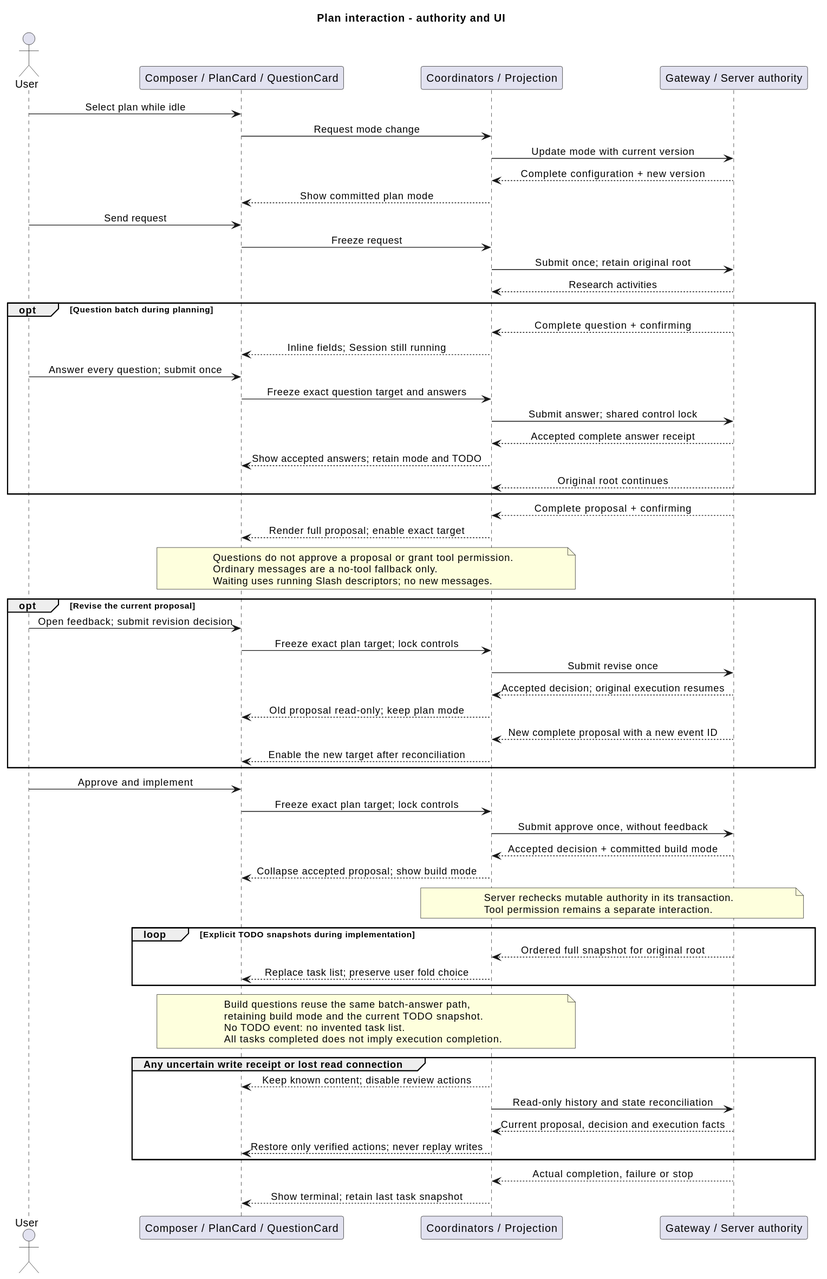
This is 01-总体架构/04-CampusClaw前端体验/target_plan_interaction.svg from ssm0808/pi-mono-java-design, a PlantUML export, as it was before one commit.
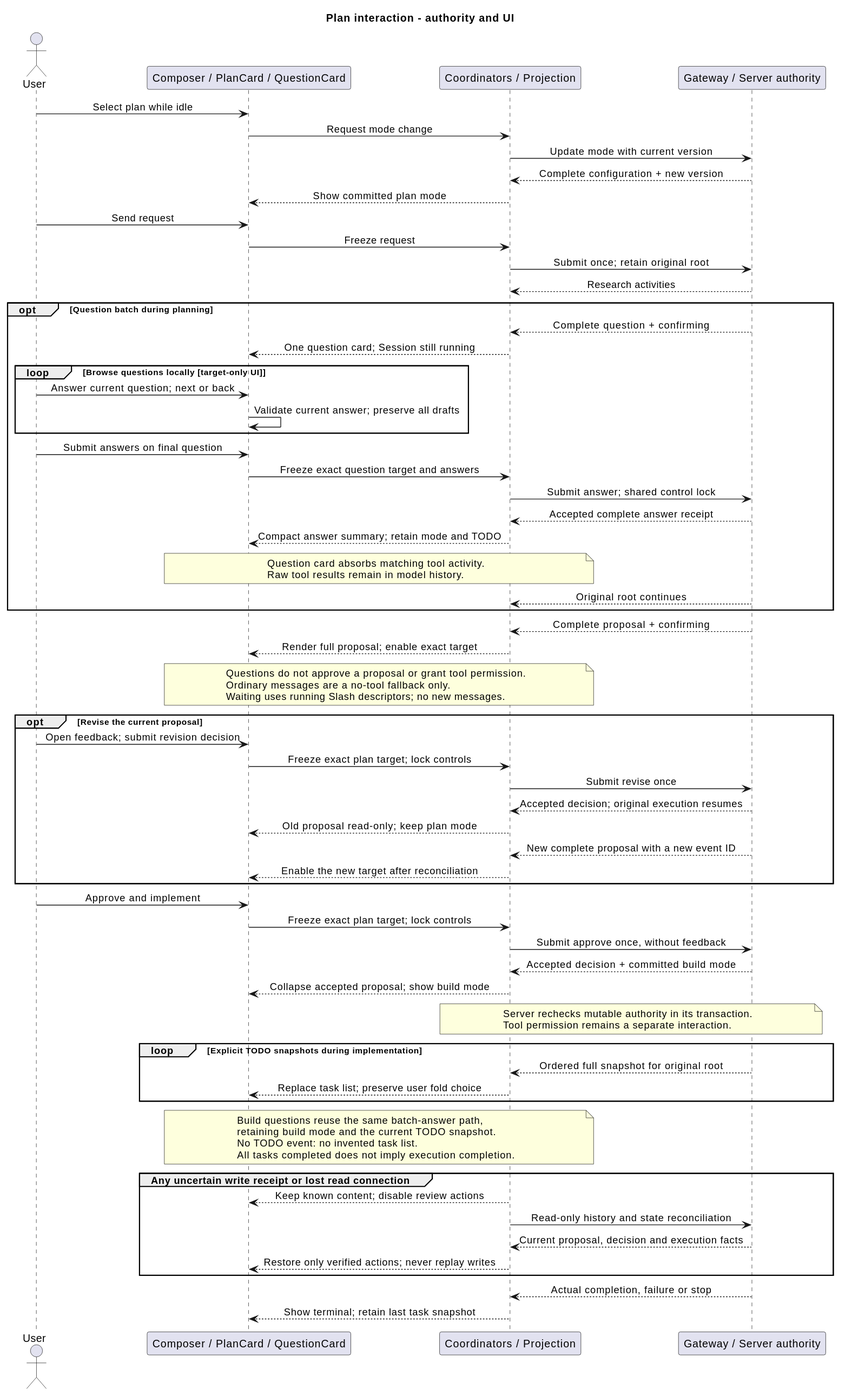
After the commit.

Change to the diagram source:
```diff
@@ -19,12 +19,20 @@
 API --> State : Research activities
 opt Question batch during planning
   API --> State : Complete question + confirming
-  State --> UI : Inline fields; Session still running
-  User -> UI : Answer every question; submit once
+  State --> UI : One question card; Session still running
+  loop Browse questions locally [target-only UI]
+    User -> UI : Answer current question; next or back
+    UI -> UI : Validate current answer; preserve all drafts
+  end
+  User -> UI : Submit answers on final question
   UI -> State : Freeze exact question target and answers
   State -> API : Submit answer; shared control lock
   API --> State : Accepted complete answer receipt
-  State --> UI : Show accepted answers; retain mode and TODO
+  State --> UI : Compact answer summary; retain mode and TODO
+  note over UI, State
+    Question card absorbs matching tool activity.
+    Raw tool results remain in model history.
+  end note
   API --> State : Original root continues
 end
 API --> State : Complete proposal + confirming
```
